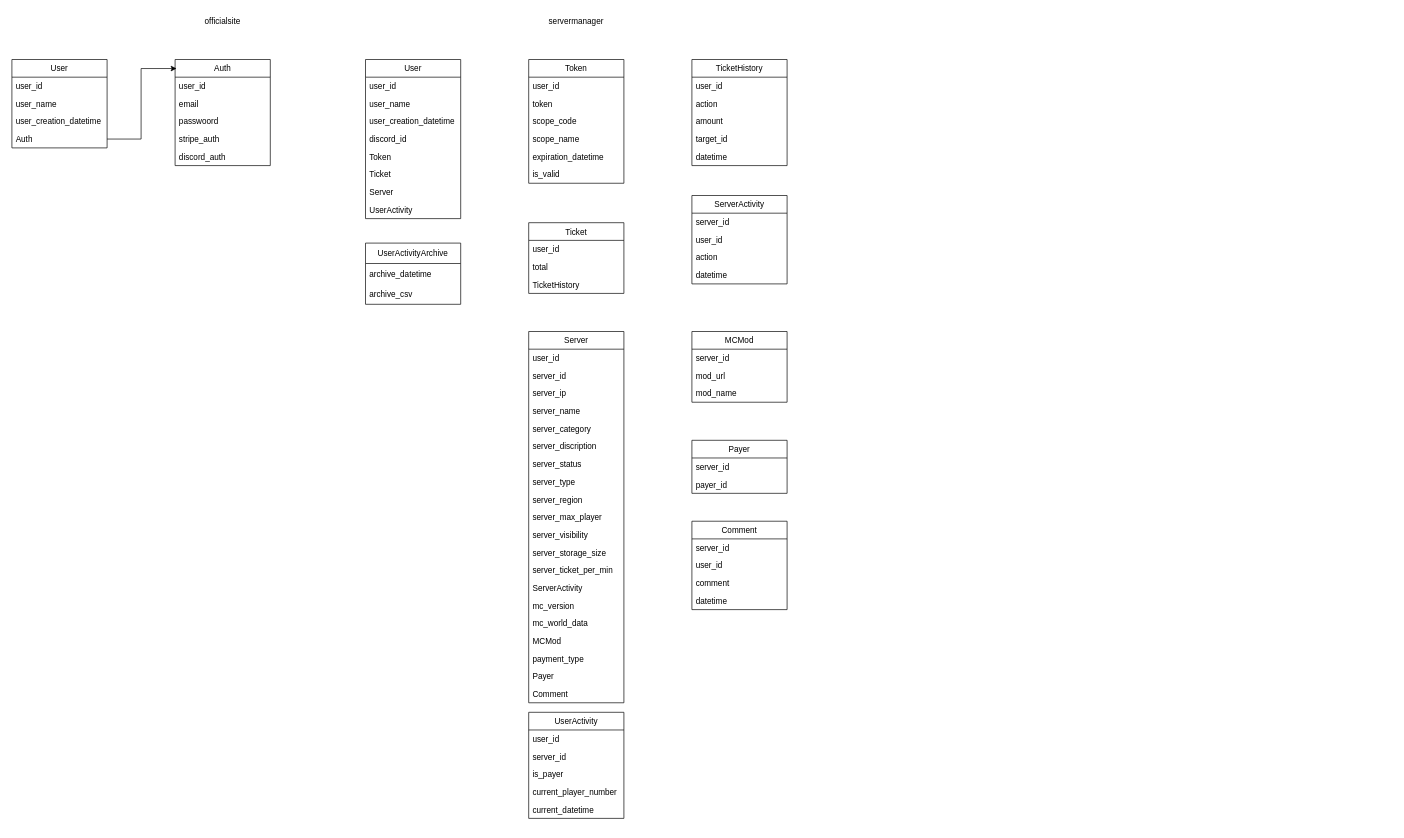
Above: page "database" (1 of 4) of micrappu.drawio in tforce7171/MicraPPU-Planning (draw.io), before the change. Source tidied: cells renumbered, new cells numbered last; positions are measured from the earlier drawing's top-left corner, leaving out a move shared by most shapes. Both pictures are drawn from the tidied source at 68%, with x=0, y=0 at pixel (12, 12).
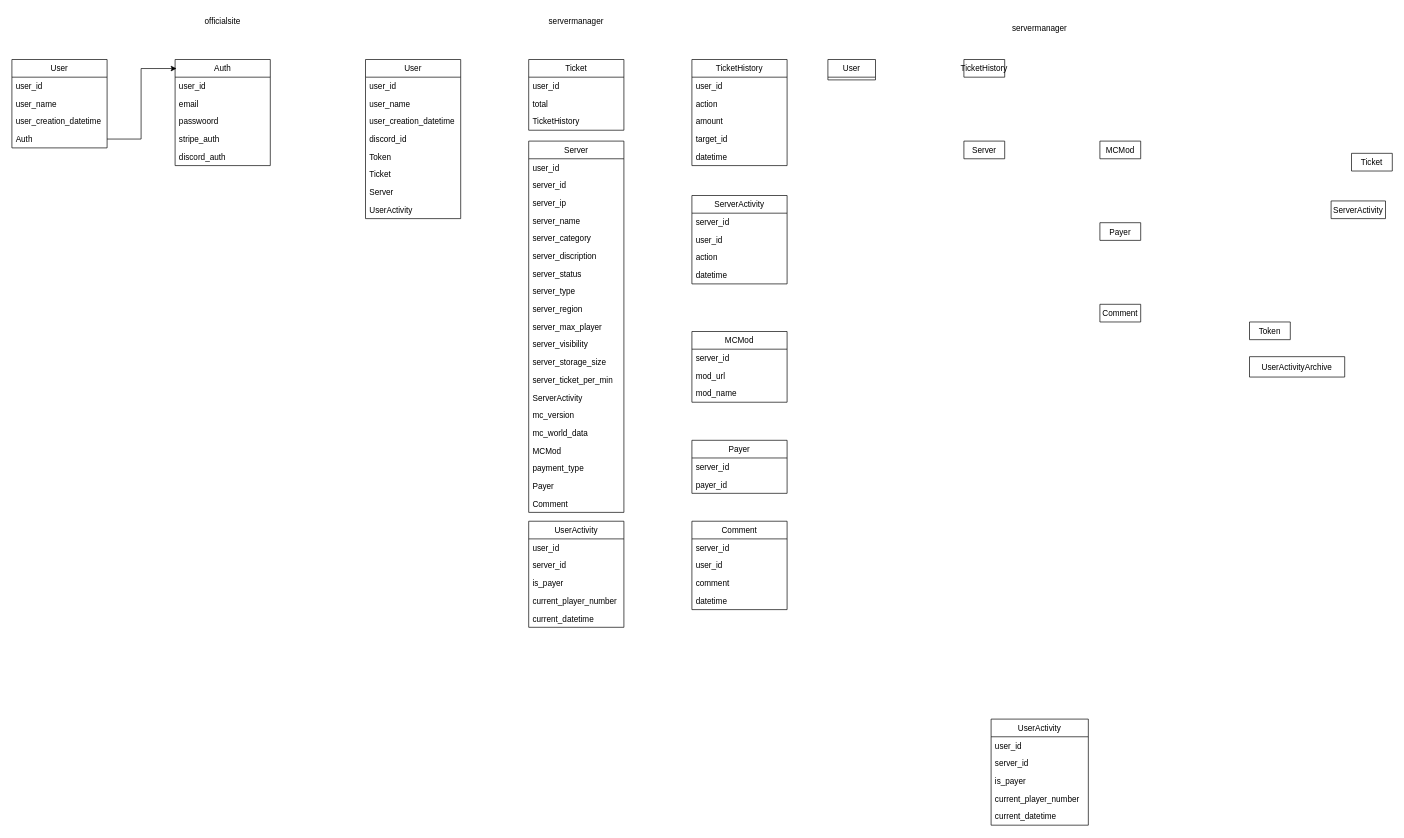
Above is the later version.

Diff of the diagram source:
```diff
@@
-    <mxCell id="13" value="Token" style="swimlane;fontStyle=0;horizontal=1;startSize=26;fillColor=#ffffff;gradientColor=none;" parent="1" vertex="1">
-      <mxGeometry x="760" y="70" width="140" height="182" as="geometry" />
-    </mxCell>
-    <mxCell id="14" value="user_id" style="text;strokeColor=none;fillColor=none;align=left;verticalAlign=top;spacingLeft=4;spacingRight=4;overflow=hidden;" parent="13" vertex="1">
-      <mxGeometry y="26" width="140" height="26" as="geometry" />
-    </mxCell>
-    <mxCell id="15" value="token" style="text;strokeColor=none;fillColor=none;align=left;verticalAlign=top;spacingLeft=4;spacingRight=4;overflow=hidden;" parent="13" vertex="1">
-      <mxGeometry y="52" width="140" height="26" as="geometry" />
-    </mxCell>
-    <mxCell id="16" value="scope_code" style="text;strokeColor=none;fillColor=none;align=left;verticalAlign=top;spacingLeft=4;spacingRight=4;overflow=hidden;" parent="13" vertex="1">
-      <mxGeometry y="78" width="140" height="26" as="geometry" />
-    </mxCell>
-    <mxCell id="17" value="scope_name" style="text;strokeColor=none;fillColor=none;align=left;verticalAlign=top;spacingLeft=4;spacingRight=4;overflow=hidden;" parent="13" vertex="1">
-      <mxGeometry y="104" width="140" height="26" as="geometry" />
-    </mxCell>
-    <mxCell id="18" value="expiration_datetime" style="text;strokeColor=none;fillColor=none;align=left;verticalAlign=top;spacingLeft=4;spacingRight=4;overflow=hidden;" parent="13" vertex="1">
-      <mxGeometry y="130" width="140" height="26" as="geometry" />
-    </mxCell>
-    <mxCell id="19" value="is_valid" style="text;strokeColor=none;fillColor=none;align=left;verticalAlign=top;spacingLeft=4;spacingRight=4;overflow=hidden;" parent="13" vertex="1">
-      <mxGeometry y="156" width="140" height="26" as="geometry" />
-    </mxCell>
     <mxCell id="20" value="Ticket" style="swimlane;fontStyle=0;horizontal=1;startSize=26;fillColor=#ffffff;gradientColor=none;" parent="1" vertex="1">
-      <mxGeometry x="760" y="310" width="140" height="104" as="geometry" />
+      <mxGeometry x="760" y="70" width="140" height="104" as="geometry" />
     </mxCell>
@@
     <mxCell id="30" value="Server" style="swimlane;fontStyle=0;horizontal=1;startSize=26;fillColor=#ffffff;gradientColor=none;" parent="1" vertex="1">
-      <mxGeometry x="760" y="470" width="140" height="546" as="geometry" />
+      <mxGeometry x="760" y="190" width="140" height="546" as="geometry" />
     </mxCell>
@@
     <mxCell id="70" value="UserActivity" style="swimlane;fontStyle=0;horizontal=1;startSize=26;fillColor=#ffffff;gradientColor=none;" parent="1" vertex="1">
-      <mxGeometry x="760" y="1030" width="140" height="156" as="geometry" />
+      <mxGeometry x="760" y="749" width="140" height="156" as="geometry" />
     </mxCell>
@@
-    <mxCell id="76" value="UserActivityArchive" style="swimlane;fontStyle=0;horizontal=1;startSize=30;fillColor=none;" parent="1" vertex="1">
-      <mxGeometry x="520" y="340" width="140" height="90" as="geometry" />
-    </mxCell>
-    <mxCell id="77" value="archive_datetime" style="text;strokeColor=none;fillColor=none;align=left;verticalAlign=middle;spacingLeft=4;spacingRight=4;overflow=hidden;" parent="76" vertex="1">
-      <mxGeometry y="30" width="140" height="30" as="geometry" />
-    </mxCell>
-    <mxCell id="78" value="archive_csv" style="text;strokeColor=none;fillColor=none;align=left;verticalAlign=middle;spacingLeft=4;spacingRight=4;overflow=hidden;" parent="76" vertex="1">
-      <mxGeometry y="60" width="140" height="30" as="geometry" />
-    </mxCell>
@@
+    <mxCell id="13" value="Token" style="swimlane;fontStyle=0;horizontal=1;startSize=26;fillColor=#ffffff;gradientColor=none;" parent="1" vertex="1" collapsed="1">
+      <mxGeometry x="1820" y="456" width="60" height="26" as="geometry" />
+    </mxCell>
+    <mxCell id="89" value="Ticket" style="swimlane;fontStyle=0;horizontal=1;startSize=26;fillColor=#ffffff;gradientColor=none;" parent="1" vertex="1" collapsed="1">
+      <mxGeometry x="1970" y="208" width="60" height="26" as="geometry" />
+    </mxCell>
+    <mxCell id="90" value="TicketHistory" style="swimlane;fontStyle=0;horizontal=1;startSize=26;fillColor=#ffffff;gradientColor=none;" parent="1" vertex="1" collapsed="1">
+      <mxGeometry x="1400" y="70" width="60" height="26" as="geometry" />
+    </mxCell>
+    <mxCell id="91" value="Server" style="swimlane;fontStyle=0;horizontal=1;startSize=26;fillColor=#ffffff;gradientColor=none;" parent="1" vertex="1" collapsed="1">
+      <mxGeometry x="1400" y="190" width="60" height="26" as="geometry" />
+    </mxCell>
+    <mxCell id="92" value="MCMod" style="swimlane;fontStyle=0;horizontal=1;startSize=26;fillColor=#ffffff;gradientColor=none;" parent="1" vertex="1" collapsed="1">
+      <mxGeometry x="1600" y="190" width="60" height="26" as="geometry" />
+    </mxCell>
+    <mxCell id="93" value="Payer" style="swimlane;fontStyle=0;horizontal=1;startSize=26;fillColor=#ffffff;gradientColor=none;" parent="1" vertex="1" collapsed="1">
+      <mxGeometry x="1600" y="310" width="60" height="26" as="geometry" />
+    </mxCell>
+    <mxCell id="94" value="Comment" style="swimlane;fontStyle=0;horizontal=1;startSize=26;fillColor=#ffffff;gradientColor=none;" parent="1" vertex="1" collapsed="1">
+      <mxGeometry x="1600" y="430" width="60" height="26" as="geometry" />
+    </mxCell>
+    <mxCell id="95" value="ServerActivity" style="swimlane;fontStyle=0;horizontal=1;startSize=26;fillColor=#ffffff;gradientColor=none;" parent="1" vertex="1" collapsed="1">
+      <mxGeometry x="1940" y="278" width="80" height="26" as="geometry" />
+    </mxCell>
+    <mxCell id="96" value="servermanager" style="text;html=1;strokeColor=none;fillColor=none;align=center;verticalAlign=middle;whiteSpace=wrap;rounded=0;" parent="1" vertex="1">
+      <mxGeometry x="1480" y="10" width="63" height="30" as="geometry" />
+    </mxCell>
+    <mxCell id="97" value="UserActivity" style="swimlane;fontStyle=0;horizontal=1;startSize=26;fillColor=#ffffff;gradientColor=none;" parent="1" vertex="1">
+      <mxGeometry x="1440" y="1040" width="143" height="156" as="geometry" />
+    </mxCell>
+    <mxCell id="14" value="user_id" style="text;strokeColor=none;fillColor=none;align=left;verticalAlign=top;spacingLeft=4;spacingRight=4;overflow=hidden;" parent="97" vertex="1">
+      <mxGeometry y="26" width="143" height="26" as="geometry" />
+    </mxCell>
+    <mxCell id="98" value="server_id" style="text;strokeColor=none;fillColor=none;align=left;verticalAlign=top;spacingLeft=4;spacingRight=4;overflow=hidden;" parent="97" vertex="1">
+      <mxGeometry y="52" width="143" height="26" as="geometry" />
+    </mxCell>
+    <mxCell id="99" value="is_payer" style="text;strokeColor=none;fillColor=none;align=left;verticalAlign=top;spacingLeft=4;spacingRight=4;overflow=hidden;" parent="97" vertex="1">
+      <mxGeometry y="78" width="143" height="26" as="geometry" />
+    </mxCell>
+    <mxCell id="100" value="current_player_number" style="text;strokeColor=none;fillColor=none;align=left;verticalAlign=top;spacingLeft=4;spacingRight=4;overflow=hidden;" parent="97" vertex="1">
+      <mxGeometry y="104" width="143" height="26" as="geometry" />
+    </mxCell>
+    <mxCell id="101" value="current_datetime" style="text;strokeColor=none;fillColor=none;align=left;verticalAlign=top;spacingLeft=4;spacingRight=4;overflow=hidden;" parent="97" vertex="1">
+      <mxGeometry y="130" width="143" height="26" as="geometry" />
+    </mxCell>
+    <mxCell id="76" value="UserActivityArchive" style="swimlane;fontStyle=0;horizontal=1;startSize=30;fillColor=none;" parent="1" vertex="1" collapsed="1">
+      <mxGeometry x="1820" y="507" width="140" height="30" as="geometry" />
+    </mxCell>
+    <mxCell id="102" value="User" style="swimlane;fontStyle=0;horizontal=1;startSize=26;fillColor=#ffffff;gradientColor=none;" parent="1" vertex="1" collapsed="1">
+      <mxGeometry x="1200" y="70" width="70" height="30" as="geometry" />
+    </mxCell>
```
